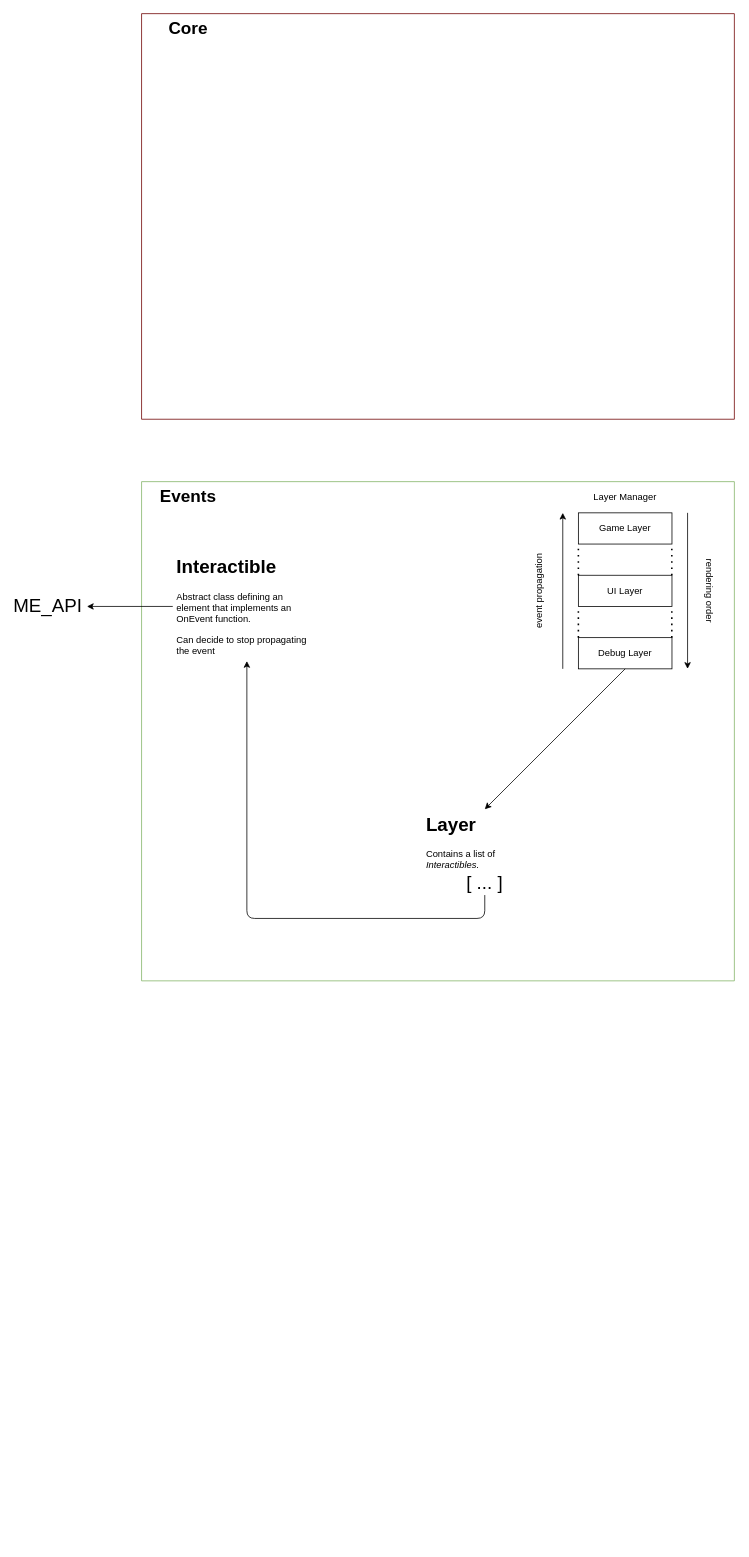
Earlier version of the draw.io diagram MiniEngine/EngineDescription.drawio (Minigrim0/ElectricPreacher). Source tidied: cells renumbered, new cells numbered last; positions are measured from the earlier drawing's top-left corner, leaving out a move shared by most shapes. Both pictures are drawn from the tidied source at 78%, with x=0, y=0 at pixel (16, 13).
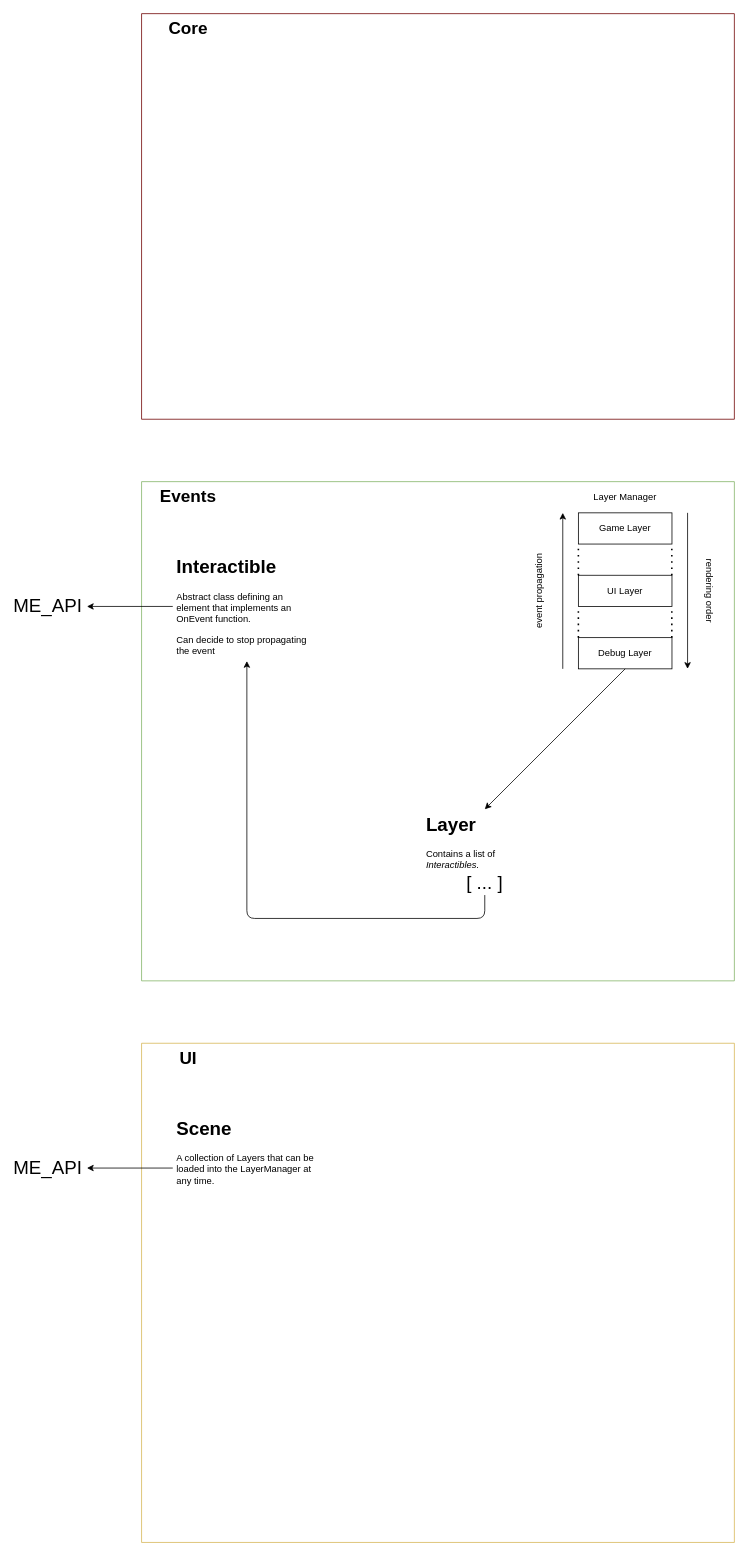
The same diagram, later.

Commit message:
[Upd] Engine description

Diff of the diagram source:
```diff
@@
+    <mxCell id="31" style="endArrow=none;html=1;rounded=0;fillColor=#fff2cc;strokeColor=#d6b656;" parent="1" edge="1">
+      <mxGeometry relative="1" as="geometry">
+        <mxPoint x="160" y="1320" as="sourcePoint" />
+        <mxPoint x="920" y="1320" as="targetPoint" />
+      </mxGeometry>
+    </mxCell>
+    <mxCell id="32" style="endArrow=none;html=1;rounded=0;fillColor=#fff2cc;strokeColor=#d6b656;" parent="1" edge="1">
+      <mxGeometry relative="1" as="geometry">
+        <mxPoint x="160" y="1960" as="sourcePoint" />
+        <mxPoint x="920" y="1960" as="targetPoint" />
+      </mxGeometry>
+    </mxCell>
+    <mxCell id="33" style="endArrow=none;html=1;rounded=0;fillColor=#fff2cc;strokeColor=#d6b656;" parent="1" edge="1">
+      <mxGeometry relative="1" as="geometry">
+        <mxPoint x="160" y="1960" as="sourcePoint" />
+        <mxPoint x="160" y="1320" as="targetPoint" />
+      </mxGeometry>
+    </mxCell>
+    <mxCell id="34" style="endArrow=none;html=1;rounded=0;fillColor=#fff2cc;strokeColor=#d6b656;" parent="1" edge="1">
+      <mxGeometry relative="1" as="geometry">
+        <mxPoint x="920" y="1960" as="sourcePoint" />
+        <mxPoint x="920" y="1320" as="targetPoint" />
+      </mxGeometry>
+    </mxCell>
+    <mxCell id="35" value="UI" style="text;html=1;strokeColor=none;fillColor=none;align=center;verticalAlign=middle;whiteSpace=wrap;rounded=0;fontSize=22;fontStyle=1;" parent="1" vertex="1">
+      <mxGeometry x="160" y="1320" width="120" height="40" as="geometry" />
+    </mxCell>
+    <mxCell id="36" value="&lt;h1 style=&quot;&quot;&gt;Scene&lt;/h1&gt;&lt;p style=&quot;font-size: 12px;&quot;&gt;A collection of Layers that can be loaded into the LayerManager at any time.&lt;/p&gt;" style="text;html=1;strokeColor=none;fillColor=none;spacing=5;spacingTop=-20;whiteSpace=wrap;overflow=hidden;rounded=0;fontSize=12;" parent="1" vertex="1">
+      <mxGeometry x="200" y="1410" width="190" height="140" as="geometry" />
+    </mxCell>
+    <mxCell id="37" style="endArrow=classic;html=1;fontSize=24;exitX=0;exitY=0.5;exitDx=0;exitDy=0;" parent="1" edge="1" source="36">
+      <mxGeometry relative="1" as="geometry">
+        <mxPoint x="90" y="1480" as="targetPoint" />
+      </mxGeometry>
+    </mxCell>
+    <mxCell id="38" value="ME_API" style="text;html=1;strokeColor=none;fillColor=none;align=center;verticalAlign=middle;whiteSpace=wrap;rounded=0;fontSize=24;" parent="1" vertex="1">
+      <mxGeometry y="1465" width="80" height="30" as="geometry" />
+    </mxCell>
```
